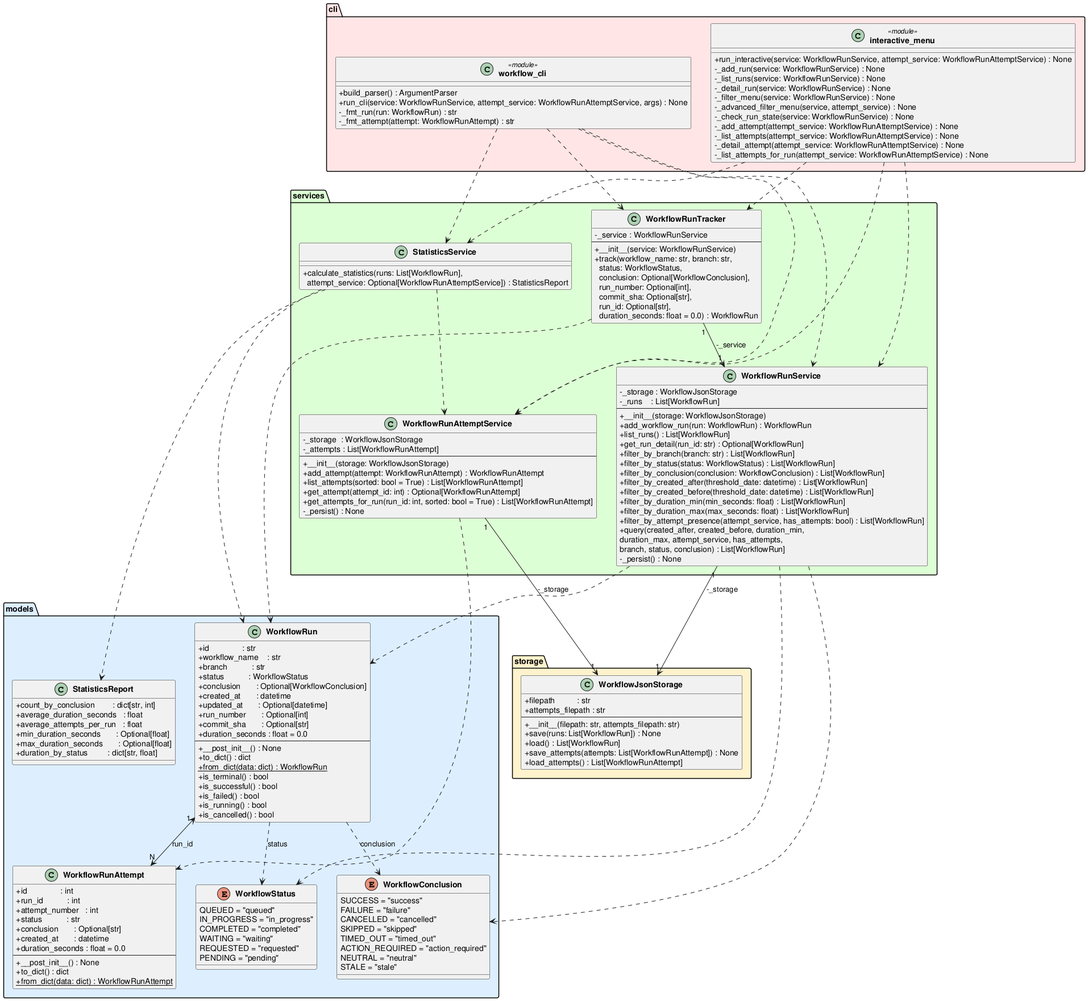
DanielRiha8906/Software_autoevolution_using_agents keeps this PlantUML diagram as experiments/pipeline/user_stories/github-workflow-manager/artifacts/class_diagram.png. Above is the earlier version.
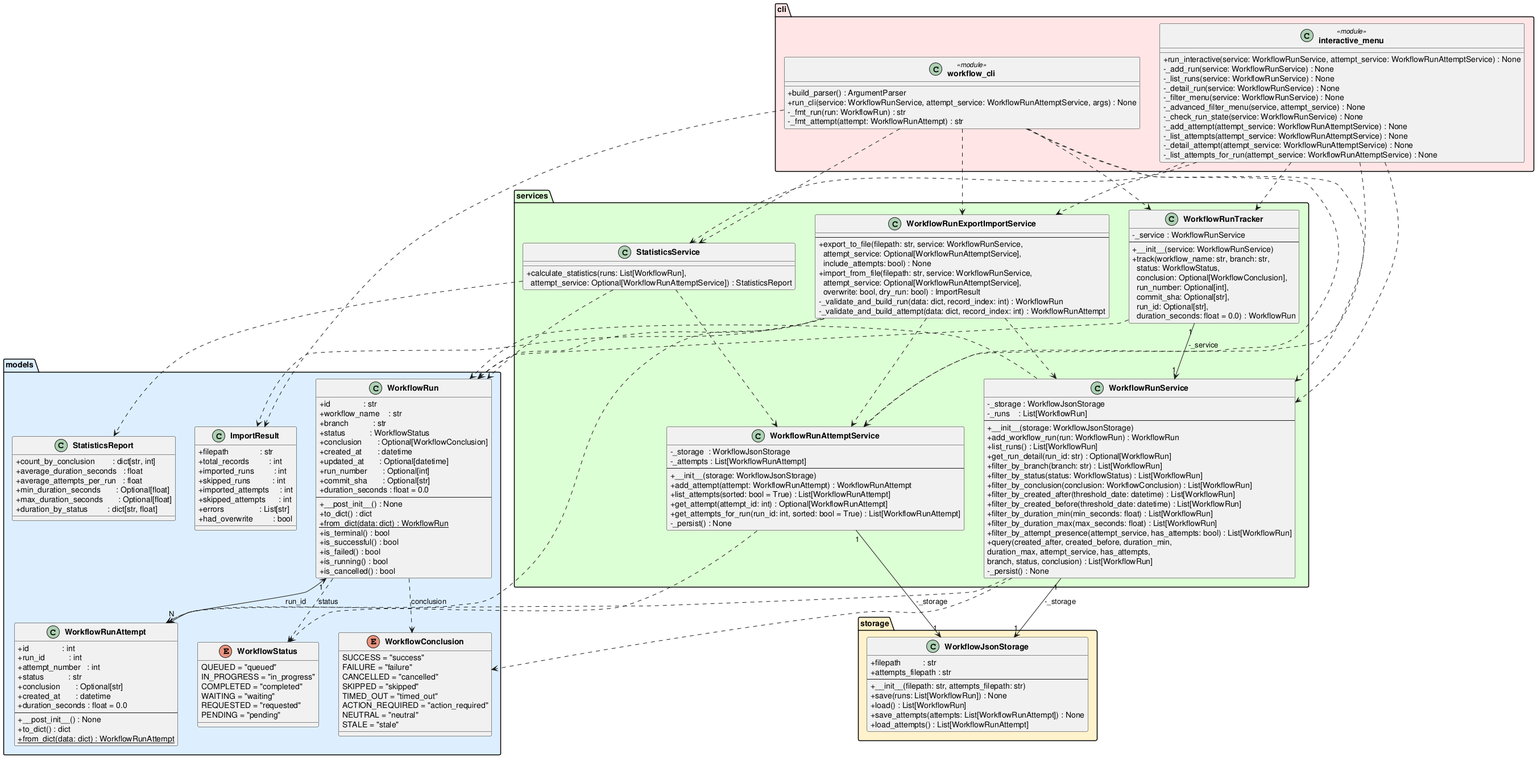
The same file after the commit.

Change to the diagram source:
```diff
@@ -68,6 +68,17 @@
         +max_duration_seconds       : Optional[float]
         +duration_by_status         : dict[str, float]
     }
+
+    class ImportResult {
+        +filepath              : str
+        +total_records         : int
+        +imported_runs         : int
+        +skipped_runs          : int
+        +imported_attempts     : int
+        +skipped_attempts      : int
+        +errors                : List[str]
+        +had_overwrite         : bool
+    }
 }
 
 package "storage" #FFF3CC {
@@ -126,6 +137,14 @@
     class StatisticsService {
         +calculate_statistics(runs: List[WorkflowRun],\n  attempt_service: Optional[WorkflowRunAttemptService]) : StatisticsReport
     }
+
+    class WorkflowRunExportImportService {
+        --
+        +export_to_file(filepath: str, service: WorkflowRunService,\n  attempt_service: Optional[WorkflowRunAttemptService],\n  include_attempts: bool) : None
+        +import_from_file(filepath: str, service: WorkflowRunService,\n  attempt_service: Optional[WorkflowRunAttemptService],\n  overwrite: bool, dry_run: bool) : ImportResult
+        -_validate_and_build_run(data: dict, record_index: int) : WorkflowRun
+        -_validate_and_build_attempt(data: dict, record_index: int) : WorkflowRunAttempt
+    }
 }
 
 package "cli" #FFE5E5 {
@@ -165,13 +184,21 @@
 StatisticsService            ..>  WorkflowRun
 StatisticsService            ..>  StatisticsReport
 StatisticsService            ..>  WorkflowRunAttemptService
+WorkflowRunExportImportService   ..>  WorkflowRunService
+WorkflowRunExportImportService   ..>  WorkflowRunAttemptService
+WorkflowRunExportImportService   ..>  WorkflowRun
+WorkflowRunExportImportService   ..>  WorkflowRunAttempt
+WorkflowRunExportImportService   ..>  ImportResult
 "workflow_cli"               ..>  WorkflowRunService
 "workflow_cli"               ..>  WorkflowRunAttemptService
 "workflow_cli"               ..>  WorkflowRunTracker
 "workflow_cli"               ..>  StatisticsService
+"workflow_cli"               ..>  WorkflowRunExportImportService
+"workflow_cli"               ..>  ImportResult
 "interactive_menu"           ..>  WorkflowRunService
 "interactive_menu"           ..>  WorkflowRunAttemptService
 "interactive_menu"           ..>  WorkflowRunTracker
 "interactive_menu"           ..>  StatisticsService
+"interactive_menu"           ..>  WorkflowRunExportImportService
 
 @enduml
```
